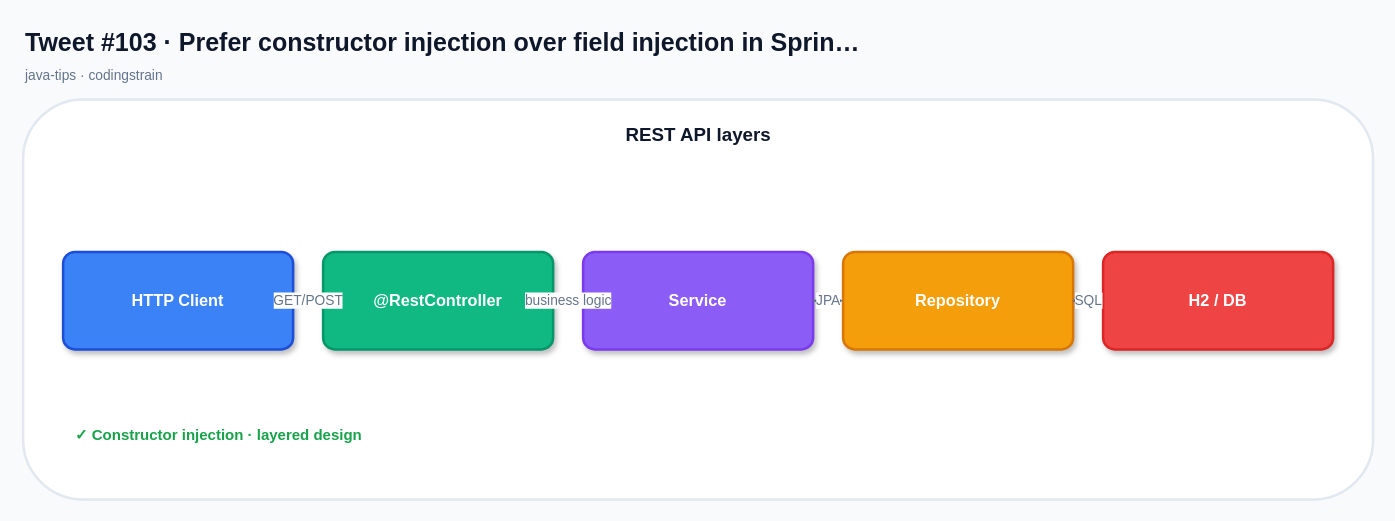
Earlier version of the draw.io diagram x-posts-examples/generated-x-posts/java-posts/drawio/tweet-103.drawio (mcasari/codingstrain). Source tidied: cells renumbered, new cells numbered last; positions are measured from the earlier drawing's top-left corner, leaving out a move shared by most shapes. Both pictures are drawn from the tidied source at 125%, with x=0, y=0 at pixel (22, 21).
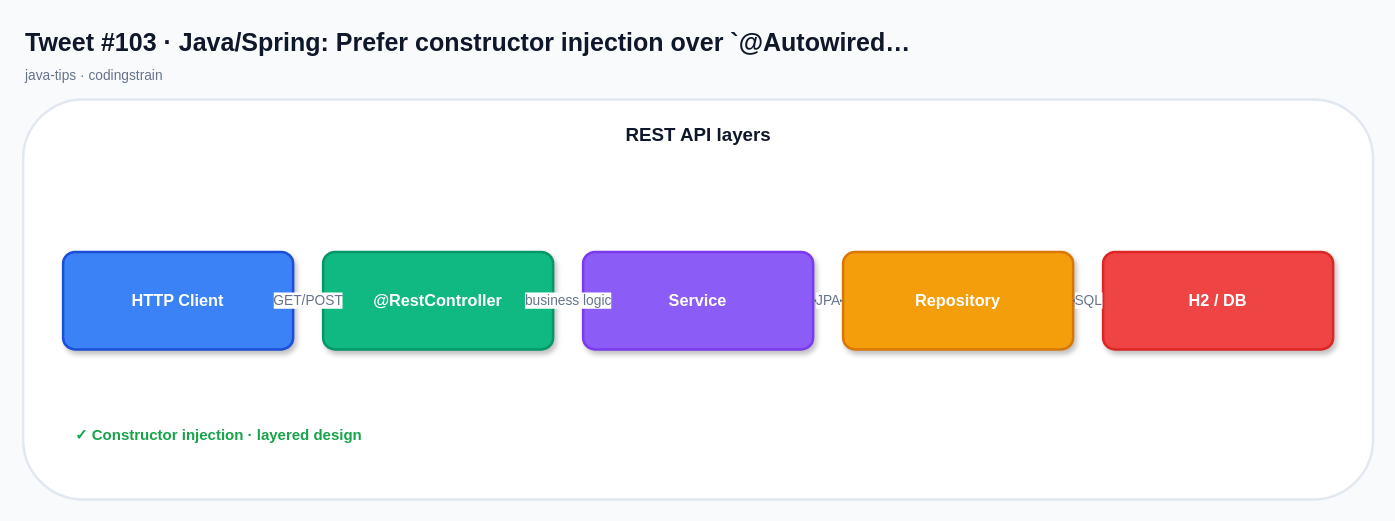
The same diagram, later.

The edit, as a diff of the source:
```diff
@@
 <mxGraphModel background="#F8FAFC">
   <root>
     <mxCell id="0" />
     <mxCell id="1" parent="0" />
-    <mxCell id="2" value="Tweet #103 · Prefer constructor injection over field injection in Sprin…" style="text;html=1;strokeColor=none;fillColor=none;align=left;verticalAlign=middle;fontSize=20;fontStyle=1;fontColor=#0F172A;" parent="1" vertex="1">
+    <mxCell id="2" value="Tweet #103 · Java/Spring: Prefer constructor injection over `@Autowired…" style="text;html=1;strokeColor=none;fillColor=none;align=left;verticalAlign=middle;fontSize=20;fontStyle=1;fontColor=#0F172A;" parent="1" vertex="1">
       <mxGeometry width="760" height="32" as="geometry" />
     </mxCell>
     <mxCell id="3" value="java-tips · codingstrain" style="text;html=1;strokeColor=none;fillColor=none;align=left;verticalAlign=middle;fontSize=11;fontStyle=0;fontColor=#64748B;" parent="1" vertex="1">
       <mxGeometry y="32" width="520" height="22" as="geometry" />
     </mxCell>
     <mxCell id="4" style="rounded=1;fillColor=#FFFFFF;strokeColor=#E2E8F0;strokeWidth=2;shadow=0;" parent="1" vertex="1">
       <mxGeometry y="62" width="1080" height="320" as="geometry" />
     </mxCell>
     <mxCell id="5" value="REST API layers" style="text;html=1;strokeColor=none;fillColor=none;align=center;verticalAlign=middle;fontSize=15;fontStyle=1;fontColor=#0F172A;" parent="1" vertex="1">
       <mxGeometry x="20" y="76" width="1040" height="28" as="geometry" />
     </mxCell>
     <mxCell id="6" value="HTTP Client" style="rounded=1;whiteSpace=wrap;html=1;arcSize=12;fillColor=#3B82F6;strokeColor=#1D4ED8;strokeWidth=2;fontColor=#FFFFFF;fontSize=13;fontStyle=1;shadow=1;align=center;verticalAlign=middle;" parent="1" vertex="1">
       <mxGeometry x="32" y="184" width="184" height="78" as="geometry" />
     </mxCell>
     <mxCell id="7" value="@RestController" style="rounded=1;whiteSpace=wrap;html=1;arcSize=12;fillColor=#10B981;strokeColor=#059669;strokeWidth=2;fontColor=#FFFFFF;fontSize=13;fontStyle=1;shadow=1;align=center;verticalAlign=middle;" parent="1" vertex="1">
       <mxGeometry x="240" y="184" width="184" height="78" as="geometry" />
     </mxCell>
     <mxCell id="8" value="Service" style="rounded=1;whiteSpace=wrap;html=1;arcSize=12;fillColor=#8B5CF6;strokeColor=#7C3AED;strokeWidth=2;fontColor=#FFFFFF;fontSize=13;fontStyle=1;shadow=1;align=center;verticalAlign=middle;" parent="1" vertex="1">
       <mxGeometry x="448" y="184" width="184" height="78" as="geometry" />
     </mxCell>
     <mxCell id="9" value="Repository" style="rounded=1;whiteSpace=wrap;html=1;arcSize=12;fillColor=#F59E0B;strokeColor=#D97706;strokeWidth=2;fontColor=#FFFFFF;fontSize=13;fontStyle=1;shadow=1;align=center;verticalAlign=middle;" parent="1" vertex="1">
       <mxGeometry x="656" y="184" width="184" height="78" as="geometry" />
     </mxCell>
     <mxCell id="10" value="H2 / DB" style="rounded=1;whiteSpace=wrap;html=1;arcSize=12;fillColor=#EF4444;strokeColor=#DC2626;strokeWidth=2;fontColor=#FFFFFF;fontSize=13;fontStyle=1;shadow=1;align=center;verticalAlign=middle;" parent="1" vertex="1">
       <mxGeometry x="864" y="184" width="184" height="78" as="geometry" />
     </mxCell>
     <mxCell id="11" value="GET/POST" style="edgeStyle=orthogonalEdgeStyle;rounded=1;jettySize=auto;html=1;endArrow=block;endFill=1;startArrow=none;strokeColor=#64748B;strokeWidth=2;fontColor=#64748B;fontSize=11;" parent="1" edge="1" source="6" target="7">
       <mxGeometry relative="1" as="geometry" />
     </mxCell>
     <mxCell id="12" value="business logic" style="edgeStyle=orthogonalEdgeStyle;rounded=1;jettySize=auto;html=1;endArrow=block;endFill=1;startArrow=none;strokeColor=#64748B;strokeWidth=2;fontColor=#64748B;fontSize=11;" parent="1" edge="1" source="7" target="8">
       <mxGeometry relative="1" as="geometry" />
     </mxCell>
     <mxCell id="13" value="JPA" style="edgeStyle=orthogonalEdgeStyle;rounded=1;jettySize=auto;html=1;endArrow=block;endFill=1;startArrow=none;strokeColor=#64748B;strokeWidth=2;fontColor=#64748B;fontSize=11;" parent="1" edge="1" source="8" target="9">
       <mxGeometry relative="1" as="geometry" />
     </mxCell>
     <mxCell id="14" value="SQL" style="edgeStyle=orthogonalEdgeStyle;rounded=1;jettySize=auto;html=1;endArrow=block;endFill=1;startArrow=none;strokeColor=#64748B;strokeWidth=2;fontColor=#64748B;fontSize=11;" parent="1" edge="1" source="9" target="10">
       <mxGeometry relative="1" as="geometry" />
     </mxCell>
     <mxCell id="15" value="✓ Constructor injection · layered design" style="text;html=1;strokeColor=none;fillColor=none;align=left;verticalAlign=middle;fontSize=12;fontStyle=1;fontColor=#16A34A;" parent="1" vertex="1">
       <mxGeometry x="40" y="314" width="500" height="34" as="geometry" />
     </mxCell>
   </root>
 </mxGraphModel>
```
